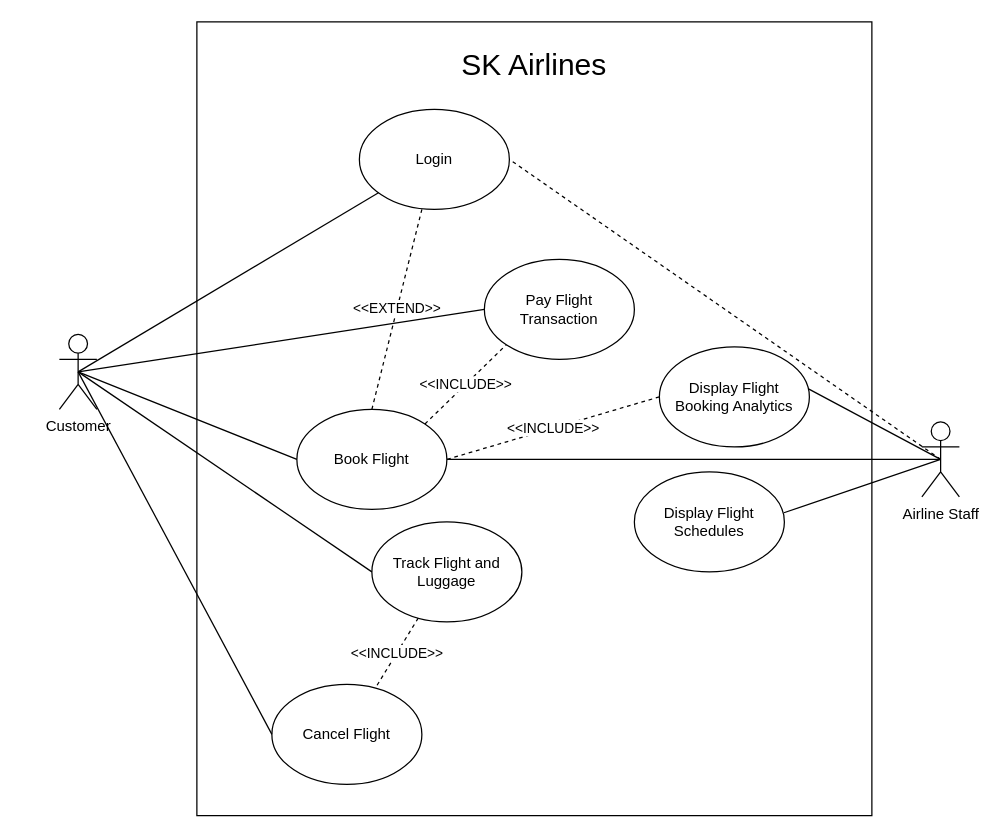
Before: SKAirlines.drawio in monterdekeanu/monterdekeanu, a draw.io diagram. Source tidied: cells renumbered, new cells numbered last; positions are measured from the earlier drawing's top-left corner, leaving out a move shared by most shapes. Both pictures are drawn from the tidied source at 125%, with x=0, y=0 at pixel (59, 21).
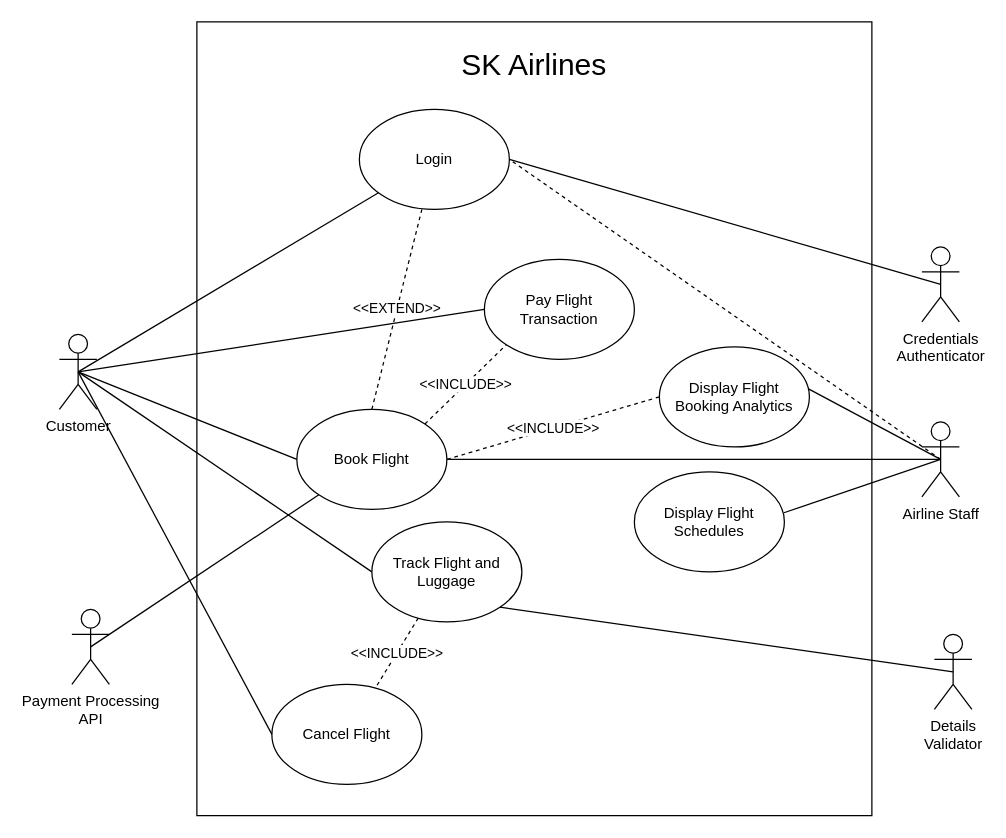
The same page after the edit.

The change refers to these unchanged cells:
```xml
<mxCell id="3" value="Login" style="ellipse;whiteSpace=wrap;html=1;" parent="1" vertex="1">
  <mxGeometry x="240" y="70" width="120" height="80" as="geometry" />
</mxCell>
<mxCell id="6" value="Book Flight" style="ellipse;whiteSpace=wrap;html=1;" parent="1" vertex="1">
  <mxGeometry x="190" y="310" width="120" height="80" as="geometry" />
</mxCell>
<mxCell id="8" value="Track Flight and Luggage" style="ellipse;whiteSpace=wrap;html=1;" parent="1" vertex="1">
  <mxGeometry x="250" y="400" width="120" height="80" as="geometry" />
</mxCell>
```

Change to the diagram source:
```diff
@@
+    <mxCell id="26" style="rounded=0;jettySize=auto;html=1;exitX=0.5;exitY=0.5;exitDx=0;exitDy=0;exitPerimeter=0;entryX=1;entryY=0.5;entryDx=0;entryDy=0;endArrow=none;endFill=0;" parent="1" edge="1" source="27" target="3">
+      <mxGeometry relative="1" as="geometry" />
+    </mxCell>
+    <mxCell id="27" value="Credentials&lt;br&gt;Authenticator" style="shape=umlActor;verticalLabelPosition=bottom;verticalAlign=top;html=1;outlineConnect=0;" parent="1" vertex="1">
+      <mxGeometry x="690" y="180" width="30" height="60" as="geometry" />
+    </mxCell>
+    <mxCell id="28" style="rounded=0;jettySize=auto;html=1;exitX=0.5;exitY=0.5;exitDx=0;exitDy=0;exitPerimeter=0;entryX=0;entryY=1;entryDx=0;entryDy=0;endArrow=none;endFill=0;" parent="1" edge="1" source="29" target="6">
+      <mxGeometry relative="1" as="geometry" />
+    </mxCell>
+    <mxCell id="29" value="Payment Processing&lt;br&gt;API" style="shape=umlActor;verticalLabelPosition=bottom;verticalAlign=top;html=1;outlineConnect=0;" parent="1" vertex="1">
+      <mxGeometry x="10" y="470" width="30" height="60" as="geometry" />
+    </mxCell>
+    <mxCell id="30" style="rounded=0;jettySize=auto;html=1;exitX=0.5;exitY=0.5;exitDx=0;exitDy=0;exitPerimeter=0;entryX=1;entryY=1;entryDx=0;entryDy=0;endArrow=none;endFill=0;" parent="1" edge="1" source="31" target="8">
+      <mxGeometry relative="1" as="geometry" />
+    </mxCell>
+    <mxCell id="31" value="Details&lt;br&gt;Validator" style="shape=umlActor;verticalLabelPosition=bottom;verticalAlign=top;html=1;outlineConnect=0;" parent="1" vertex="1">
+      <mxGeometry x="700" y="490" width="30" height="60" as="geometry" />
+    </mxCell>
```
